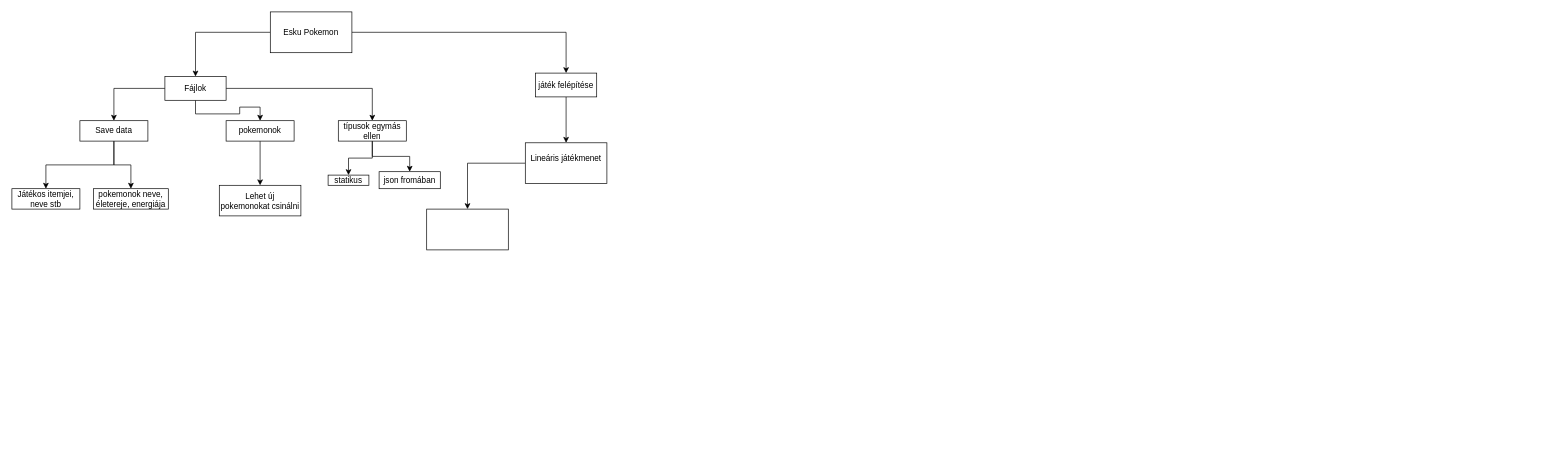
This is prokemon.drawio from csecsoliver/prokemon, a draw.io file, before an edit. Source tidied: cells renumbered, new cells numbered last; positions are measured from the earlier drawing's top-left corner, leaving out a move shared by most shapes. Both pictures are drawn from the tidied source at 68%, with x=0, y=0 at pixel (12, 12).
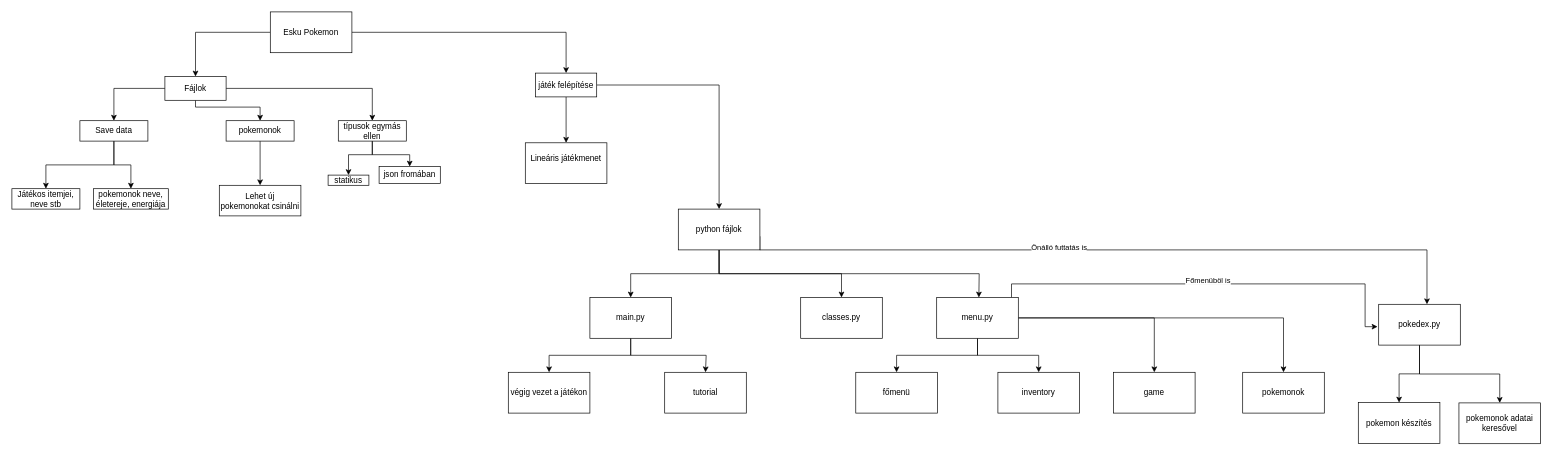
Above is the later version.

The change refers to these unchanged cells:
```xml
<mxCell id="5" value="Fájlok" style="rounded=0;whiteSpace=wrap;html=1;" parent="1" vertex="1">
  <mxGeometry x="225" y="95" width="90" height="35" as="geometry" />
</mxCell>
<mxCell id="13" value="pokemonok" style="rounded=0;whiteSpace=wrap;html=1;" parent="1" vertex="1">
  <mxGeometry x="315" y="160" width="100" height="30" as="geometry" />
</mxCell>
<mxCell id="16" value="típusok egymás ellen" style="rounded=0;whiteSpace=wrap;html=1;" parent="1" vertex="1">
  <mxGeometry x="480" y="160" width="100" height="30" as="geometry" />
</mxCell>
<mxCell id="18" value="játék felépítése" style="rounded=0;whiteSpace=wrap;html=1;" parent="1" vertex="1">
  <mxGeometry x="770" y="90" width="90" height="35" as="geometry" />
</mxCell>
<mxCell id="23" value="Lineáris játékmenet&lt;div&gt;&lt;br&gt;&lt;/div&gt;" style="whiteSpace=wrap;html=1;rounded=0;" parent="1" vertex="1">
  <mxGeometry x="755" y="192.5" width="120" height="60" as="geometry" />
</mxCell>
<mxCell id="26" value="statikus" style="whiteSpace=wrap;html=1;rounded=0;" parent="1" vertex="1">
  <mxGeometry x="465" y="240" width="60" height="15" as="geometry" />
</mxCell>
```

Diff of the diagram source:
```diff
@@
     <mxCell id="3" style="edgeStyle=orthogonalEdgeStyle;rounded=0;jettySize=auto;html=1;entryX=0.5;entryY=0;entryDx=0;entryDy=0;" parent="1" edge="1" source="5" target="13">
-      <mxGeometry relative="1" as="geometry" />
+      <mxGeometry relative="1" as="geometry">
+        <Array as="points">
+          <mxPoint x="270" y="140" />
+          <mxPoint x="365" y="140" />
+        </Array>
+      </mxGeometry>
     </mxCell>
@@
     <mxCell id="14" style="edgeStyle=orthogonalEdgeStyle;rounded=0;jettySize=auto;html=1;" parent="1" edge="1" source="16" target="21">
-      <mxGeometry relative="1" as="geometry" />
+      <mxGeometry relative="1" as="geometry">
+        <Array as="points">
+          <mxPoint x="530" y="210" />
+          <mxPoint x="585" y="210" />
+        </Array>
+      </mxGeometry>
     </mxCell>
     <mxCell id="15" style="edgeStyle=orthogonalEdgeStyle;rounded=0;jettySize=auto;html=1;" parent="1" edge="1" source="16" target="26">
-      <mxGeometry relative="1" as="geometry" />
+      <mxGeometry relative="1" as="geometry">
+        <Array as="points">
+          <mxPoint x="530" y="210" />
+          <mxPoint x="495" y="210" />
+        </Array>
+      </mxGeometry>
     </mxCell>
@@
+    <mxCell id="27" style="edgeStyle=orthogonalEdgeStyle;rounded=0;jettySize=auto;html=1;exitX=1;exitY=0.5;exitDx=0;exitDy=0;entryX=0.5;entryY=0;entryDx=0;entryDy=0;" parent="1" edge="1" source="18" target="33">
+      <mxGeometry relative="1" as="geometry" />
+    </mxCell>
@@
     <mxCell id="21" value="json fromában" style="whiteSpace=wrap;html=1;rounded=0;" parent="1" vertex="1">
-      <mxGeometry x="540" y="235" width="90" height="25" as="geometry" />
+      <mxGeometry x="540" y="227.5" width="90" height="25" as="geometry" />
     </mxCell>
-    <mxCell id="22" style="edgeStyle=orthogonalEdgeStyle;rounded=0;jettySize=auto;html=1;" parent="1" edge="1" source="23" target="24">
-      <mxGeometry relative="1" as="geometry" />
-    </mxCell>
@@
-    <mxCell id="24" style="whiteSpace=wrap;html=1;rounded=0;" parent="1" vertex="1">
-      <mxGeometry x="610" y="290" width="120" height="60" as="geometry" />
-    </mxCell>
@@
+    <mxCell id="28" style="edgeStyle=orthogonalEdgeStyle;rounded=0;jettySize=auto;html=1;exitX=0.5;exitY=1;exitDx=0;exitDy=0;entryX=0.5;entryY=0;entryDx=0;entryDy=0;" parent="1" edge="1" source="33" target="38">
+      <mxGeometry relative="1" as="geometry" />
+    </mxCell>
+    <mxCell id="29" style="edgeStyle=orthogonalEdgeStyle;rounded=0;jettySize=auto;html=1;exitX=0.5;exitY=1;exitDx=0;exitDy=0;" parent="1" edge="1" source="33" target="34">
+      <mxGeometry relative="1" as="geometry" />
+    </mxCell>
+    <mxCell id="30" style="edgeStyle=orthogonalEdgeStyle;rounded=0;jettySize=auto;html=1;exitX=0.5;exitY=1;exitDx=0;exitDy=0;" parent="1" edge="1" source="33">
+      <mxGeometry relative="1" as="geometry">
+        <mxPoint x="1422" y="420" as="targetPoint" />
+      </mxGeometry>
+    </mxCell>
+    <mxCell id="31" style="edgeStyle=orthogonalEdgeStyle;rounded=0;orthogonalLoop=1;jettySize=auto;html=1;exitX=1;exitY=0.5;exitDx=0;exitDy=0;" parent="1" edge="1">
+      <mxGeometry relative="1" as="geometry">
+        <mxPoint x="1100" y="330" as="sourcePoint" />
+        <mxPoint x="2081" y="430" as="targetPoint" />
+        <Array as="points">
+          <mxPoint x="1100" y="350" />
+          <mxPoint x="2081" y="350" />
+        </Array>
+      </mxGeometry>
+    </mxCell>
+    <mxCell id="32" value="Önálló futtatás is" style="edgeLabel;html=1;align=center;verticalAlign=middle;" parent="31" vertex="1">
+      <mxGeometry x="-0.15" y="4" relative="1" as="geometry" />
+    </mxCell>
+    <mxCell id="33" value="python fájlok" style="whiteSpace=wrap;html=1;rounded=0;" parent="1" vertex="1">
+      <mxGeometry x="980" y="290" width="120" height="60" as="geometry" />
+    </mxCell>
+    <mxCell id="34" value="classes.py" style="whiteSpace=wrap;html=1;rounded=0;" parent="1" vertex="1">
+      <mxGeometry x="1160" y="420" width="120" height="60" as="geometry" />
+    </mxCell>
+    <mxCell id="35" value="tutorial" style="whiteSpace=wrap;html=1;rounded=0;" parent="1" vertex="1">
+      <mxGeometry x="960" y="530" width="120" height="60" as="geometry" />
+    </mxCell>
+    <mxCell id="36" style="edgeStyle=orthogonalEdgeStyle;rounded=0;jettySize=auto;html=1;exitX=0.5;exitY=1;exitDx=0;exitDy=0;entryX=0.5;entryY=0;entryDx=0;entryDy=0;" parent="1" edge="1" source="38" target="39">
+      <mxGeometry relative="1" as="geometry" />
+    </mxCell>
+    <mxCell id="37" style="edgeStyle=orthogonalEdgeStyle;rounded=0;jettySize=auto;html=1;exitX=0.5;exitY=1;exitDx=0;exitDy=0;" parent="1" edge="1" source="38">
+      <mxGeometry relative="1" as="geometry">
+        <mxPoint x="1020" y="530" as="targetPoint" />
+        <Array as="points">
+          <mxPoint x="910" y="505" />
+          <mxPoint x="1021" y="505" />
+        </Array>
+      </mxGeometry>
+    </mxCell>
+    <mxCell id="38" value="main.py" style="whiteSpace=wrap;html=1;rounded=0;" parent="1" vertex="1">
+      <mxGeometry x="850" y="420" width="120" height="60" as="geometry" />
+    </mxCell>
+    <mxCell id="39" value="végig vezet a játékon" style="whiteSpace=wrap;html=1;rounded=0;" parent="1" vertex="1">
+      <mxGeometry x="730" y="530" width="120" height="60" as="geometry" />
+    </mxCell>
+    <mxCell id="40" style="edgeStyle=orthogonalEdgeStyle;rounded=0;jettySize=auto;html=1;exitX=0.5;exitY=1;exitDx=0;exitDy=0;" parent="1" edge="1" source="46" target="50">
+      <mxGeometry relative="1" as="geometry" />
+    </mxCell>
+    <mxCell id="41" style="edgeStyle=orthogonalEdgeStyle;rounded=0;jettySize=auto;html=1;exitX=0.5;exitY=1;exitDx=0;exitDy=0;" parent="1" edge="1" source="46" target="49">
+      <mxGeometry relative="1" as="geometry" />
+    </mxCell>
+    <mxCell id="42" style="edgeStyle=orthogonalEdgeStyle;rounded=0;jettySize=auto;html=1;exitX=1;exitY=0.5;exitDx=0;exitDy=0;entryX=0.5;entryY=0;entryDx=0;entryDy=0;" parent="1" edge="1" source="46" target="48">
+      <mxGeometry relative="1" as="geometry" />
+    </mxCell>
+    <mxCell id="43" style="edgeStyle=orthogonalEdgeStyle;rounded=0;jettySize=auto;html=1;exitX=1;exitY=0.5;exitDx=0;exitDy=0;entryX=0.5;entryY=0;entryDx=0;entryDy=0;" parent="1" edge="1" source="46" target="47">
+      <mxGeometry relative="1" as="geometry" />
+    </mxCell>
+    <mxCell id="44" style="edgeStyle=orthogonalEdgeStyle;rounded=0;jettySize=auto;html=1;exitX=1;exitY=0;exitDx=0;exitDy=0;entryX=-0.014;entryY=0.549;entryDx=0;entryDy=0;entryPerimeter=0;" parent="1" edge="1" target="53">
+      <mxGeometry relative="1" as="geometry">
+        <mxPoint x="1470" y="420" as="sourcePoint" />
+        <Array as="points">
+          <mxPoint x="1470" y="400" />
+          <mxPoint x="1990" y="400" />
+          <mxPoint x="1990" y="463" />
+        </Array>
+      </mxGeometry>
+    </mxCell>
+    <mxCell id="45" value="Főmenüböl is" style="edgeLabel;html=1;align=center;verticalAlign=middle;" parent="44" vertex="1">
+      <mxGeometry x="-0.01" y="2" relative="1" as="geometry">
+        <mxPoint y="-4" as="offset" />
+      </mxGeometry>
+    </mxCell>
+    <mxCell id="46" value="menu.py" style="whiteSpace=wrap;html=1;rounded=0;" parent="1" vertex="1">
+      <mxGeometry x="1360" y="420" width="120" height="60" as="geometry" />
+    </mxCell>
+    <mxCell id="47" value="pokemonok" style="whiteSpace=wrap;html=1;rounded=0;" parent="1" vertex="1">
+      <mxGeometry x="1810" y="530" width="120" height="60" as="geometry" />
+    </mxCell>
+    <mxCell id="48" value="game" style="whiteSpace=wrap;html=1;rounded=0;" parent="1" vertex="1">
+      <mxGeometry x="1620" y="530" width="120" height="60" as="geometry" />
+    </mxCell>
+    <mxCell id="49" value="inventory" style="whiteSpace=wrap;html=1;rounded=0;" parent="1" vertex="1">
+      <mxGeometry x="1450" y="530" width="120" height="60" as="geometry" />
+    </mxCell>
+    <mxCell id="50" value="főmenü" style="whiteSpace=wrap;html=1;rounded=0;" parent="1" vertex="1">
+      <mxGeometry x="1241" y="530" width="120" height="60" as="geometry" />
+    </mxCell>
+    <mxCell id="51" style="edgeStyle=orthogonalEdgeStyle;rounded=0;jettySize=auto;html=1;exitX=0.5;exitY=1;exitDx=0;exitDy=0;entryX=0.5;entryY=0;entryDx=0;entryDy=0;" parent="1" edge="1" source="53" target="55">
+      <mxGeometry relative="1" as="geometry" />
+    </mxCell>
+    <mxCell id="52" style="edgeStyle=orthogonalEdgeStyle;rounded=0;jettySize=auto;html=1;exitX=0.5;exitY=1;exitDx=0;exitDy=0;entryX=0.5;entryY=0;entryDx=0;entryDy=0;" parent="1" edge="1" source="53" target="54">
+      <mxGeometry relative="1" as="geometry" />
+    </mxCell>
+    <mxCell id="53" value="pokedex.py" style="whiteSpace=wrap;html=1;rounded=0;" parent="1" vertex="1">
+      <mxGeometry x="2010" y="430" width="120" height="60" as="geometry" />
+    </mxCell>
+    <mxCell id="54" value="pokemonok adatai&lt;div&gt;keresővel&lt;/div&gt;" style="whiteSpace=wrap;html=1;rounded=0;" parent="1" vertex="1">
+      <mxGeometry x="2128" y="575" width="120" height="60" as="geometry" />
+    </mxCell>
+    <mxCell id="55" value="pokemon készítés" style="whiteSpace=wrap;html=1;rounded=0;" parent="1" vertex="1">
+      <mxGeometry x="1980" y="574.5" width="120" height="60" as="geometry" />
+    </mxCell>
```
